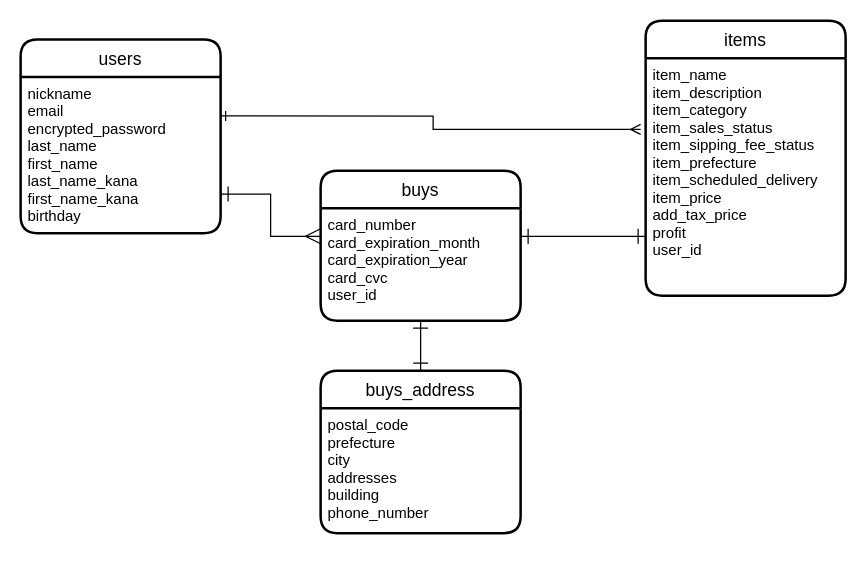
Above: test.dio in yasushimiyazaki/furima-30344 (draw.io), before the change. Source tidied: cells renumbered, new cells numbered last; positions are measured from the earlier drawing's top-left corner, leaving out a move shared by most shapes. Both pictures are drawn from the tidied source at 125%, with x=0, y=0 at pixel (20, 20).
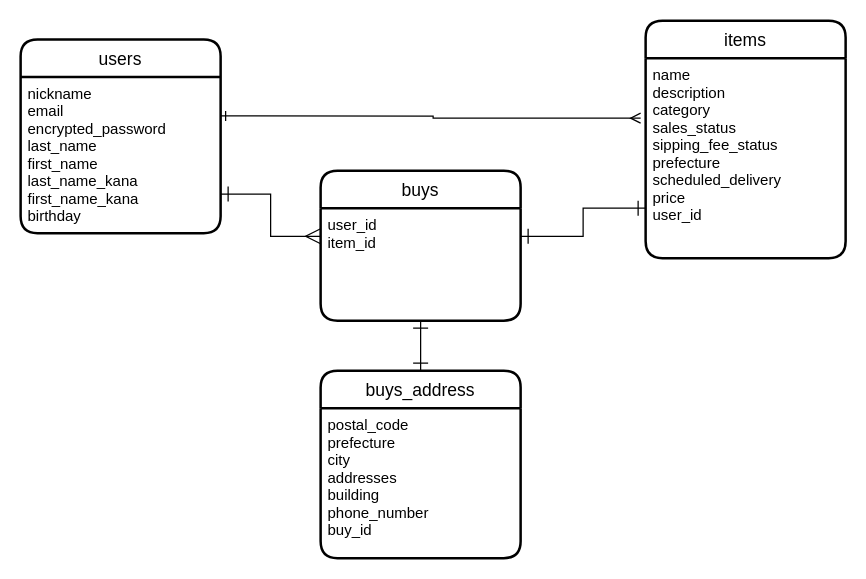
After the change.

Change to the diagram source:
```diff
@@
 <mxGraphModel>
   <root>
     <mxCell id="0" />
     <mxCell id="1" parent="0" />
     <mxCell id="2" value="users" style="swimlane;horizontal=1;startSize=30;rounded=1;fontSize=14;fontStyle=0;strokeWidth=2;shadow=0;dashed=0;align=center;" parent="1" vertex="1">
       <mxGeometry y="15" width="160" height="155" as="geometry" />
     </mxCell>
     <mxCell id="3" value="nickname&#10;email&#10;encrypted_password&#10;last_name&#10;first_name&#10;last_name_kana&#10;first_name_kana&#10;birthday" style="align=left;strokeColor=none;fillColor=none;spacingLeft=4;fontSize=12;verticalAlign=top;" parent="2" vertex="1">
       <mxGeometry y="30" width="160" height="125" as="geometry" />
     </mxCell>
     <mxCell id="4" style="edgeStyle=orthogonalEdgeStyle;rounded=0;orthogonalLoop=1;jettySize=auto;html=1;exitX=0.5;exitY=1;exitDx=0;exitDy=0;startArrow=ERone;startFill=0;endArrow=ERmany;endFill=0;targetPerimeterSpacing=0;" parent="2" edge="1" source="3" target="3">
       <mxGeometry relative="1" as="geometry" />
     </mxCell>
     <mxCell id="5" value="items" style="swimlane;horizontal=1;startSize=30;rounded=1;fontSize=14;fontStyle=0;strokeWidth=2;shadow=0;dashed=0;align=center;" parent="1" vertex="1">
-      <mxGeometry x="500" width="160" height="220" as="geometry" />
+      <mxGeometry x="500" width="160" height="190" as="geometry" />
     </mxCell>
-    <mxCell id="6" value="item_name&#10;item_description&#10;item_category&#10;item_sales_status&#10;item_sipping_fee_status&#10;item_prefecture&#10;item_scheduled_delivery&#10;item_price&#10;add_tax_price&#10;profit&#10;user_id" style="align=left;strokeColor=none;fillColor=none;spacingLeft=4;fontSize=12;verticalAlign=top;" parent="5" vertex="1">
-      <mxGeometry y="30" width="160" height="190" as="geometry" />
+    <mxCell id="6" value="name&#10;description&#10;category&#10;sales_status&#10;sipping_fee_status&#10;prefecture&#10;scheduled_delivery&#10;price&#10;user_id" style="align=left;strokeColor=none;fillColor=none;spacingLeft=4;fontSize=12;verticalAlign=top;" parent="5" vertex="1">
+      <mxGeometry y="30" width="160" height="160" as="geometry" />
     </mxCell>
     <mxCell id="7" value="buys" style="swimlane;horizontal=1;startSize=30;rounded=1;fontSize=14;fontStyle=0;strokeWidth=2;shadow=0;dashed=0;align=center;" parent="1" vertex="1">
       <mxGeometry x="240" y="120" width="160" height="120" as="geometry" />
     </mxCell>
-    <mxCell id="8" value="card_number&#10;card_expiration_month&#10;card_expiration_year&#10;card_cvc&#10;user_id&#10;" style="align=left;strokeColor=none;fillColor=none;spacingLeft=4;fontSize=12;verticalAlign=top;" parent="7" vertex="1">
+    <mxCell id="8" value="user_id&#10;item_id&#10;" style="align=left;strokeColor=none;fillColor=none;spacingLeft=4;fontSize=12;verticalAlign=top;" parent="7" vertex="1">
       <mxGeometry y="30" width="160" height="90" as="geometry" />
     </mxCell>
     <mxCell id="9" value="buys_address" style="swimlane;horizontal=1;startSize=30;rounded=1;fontSize=14;fontStyle=0;strokeWidth=2;shadow=0;dashed=0;align=center;" parent="1" vertex="1">
-      <mxGeometry x="240" y="280" width="160" height="130" as="geometry" />
+      <mxGeometry x="240" y="280" width="160" height="150" as="geometry" />
     </mxCell>
-    <mxCell id="10" value="postal_code&#10;prefecture&#10;city&#10;addresses&#10;building&#10;phone_number" style="align=left;strokeColor=none;fillColor=none;spacingLeft=4;fontSize=12;verticalAlign=top;" parent="9" vertex="1">
-      <mxGeometry y="30" width="160" height="100" as="geometry" />
+    <mxCell id="10" value="postal_code&#10;prefecture&#10;city&#10;addresses&#10;building&#10;phone_number&#10;buy_id" style="align=left;strokeColor=none;fillColor=none;spacingLeft=4;fontSize=12;verticalAlign=top;" parent="9" vertex="1">
+      <mxGeometry y="30" width="160" height="120" as="geometry" />
     </mxCell>
     <mxCell id="11" style="edgeStyle=orthogonalEdgeStyle;rounded=0;jettySize=auto;html=1;exitX=1;exitY=0.25;exitDx=0;exitDy=0;entryX=-0.025;entryY=0.3;entryDx=0;entryDy=0;entryPerimeter=0;startArrow=ERone;startFill=0;endArrow=ERmany;endFill=0;targetPerimeterSpacing=0;" parent="1" edge="1" source="3" target="6">
       <mxGeometry relative="1" as="geometry" />
     </mxCell>
     <mxCell id="12" style="edgeStyle=orthogonalEdgeStyle;rounded=0;jettySize=auto;html=1;exitX=0.5;exitY=1;exitDx=0;exitDy=0;entryX=0.5;entryY=0;entryDx=0;entryDy=0;startArrow=ERone;startFill=0;startSize=10;endArrow=ERone;endFill=0;endSize=10;targetPerimeterSpacing=0;strokeWidth=1;" parent="1" edge="1" source="8" target="9">
       <mxGeometry relative="1" as="geometry" />
     </mxCell>
     <mxCell id="13" style="edgeStyle=orthogonalEdgeStyle;rounded=0;jettySize=auto;html=1;exitX=0;exitY=0.75;exitDx=0;exitDy=0;entryX=1;entryY=0.25;entryDx=0;entryDy=0;startArrow=ERone;startFill=0;startSize=10;endArrow=ERone;endFill=0;endSize=10;targetPerimeterSpacing=0;strokeWidth=1;" parent="1" edge="1" source="6" target="8">
       <mxGeometry relative="1" as="geometry" />
     </mxCell>
     <mxCell id="14" style="edgeStyle=orthogonalEdgeStyle;rounded=0;jettySize=auto;html=1;exitX=1;exitY=0.75;exitDx=0;exitDy=0;entryX=0;entryY=0.25;entryDx=0;entryDy=0;startArrow=ERone;startFill=0;startSize=10;endArrow=ERmany;endFill=0;endSize=10;targetPerimeterSpacing=0;strokeWidth=1;" parent="1" edge="1" source="3" target="8">
       <mxGeometry relative="1" as="geometry" />
     </mxCell>
   </root>
 </mxGraphModel>
```
